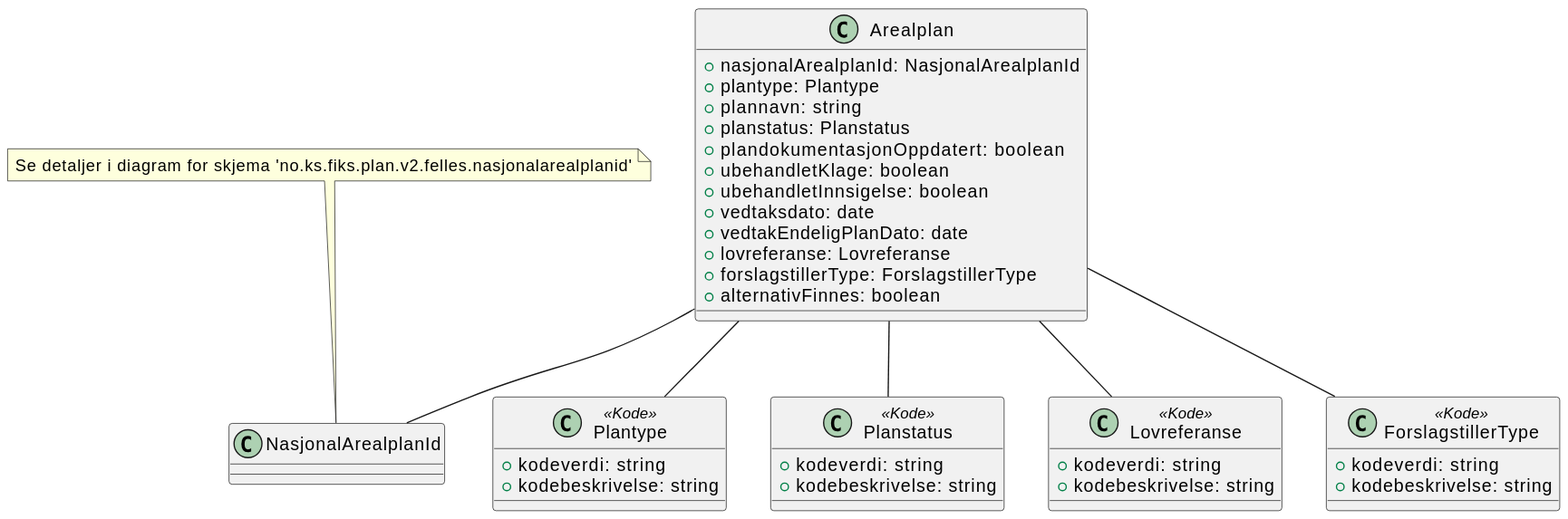
The PlantUML diagram Dokumentasjon/V2/ClassDiagrams/no.ks.fiks.plan.v2.felles.arealplan/arealplan.svg in ks-no/fiks-plan-specification, before a commit.
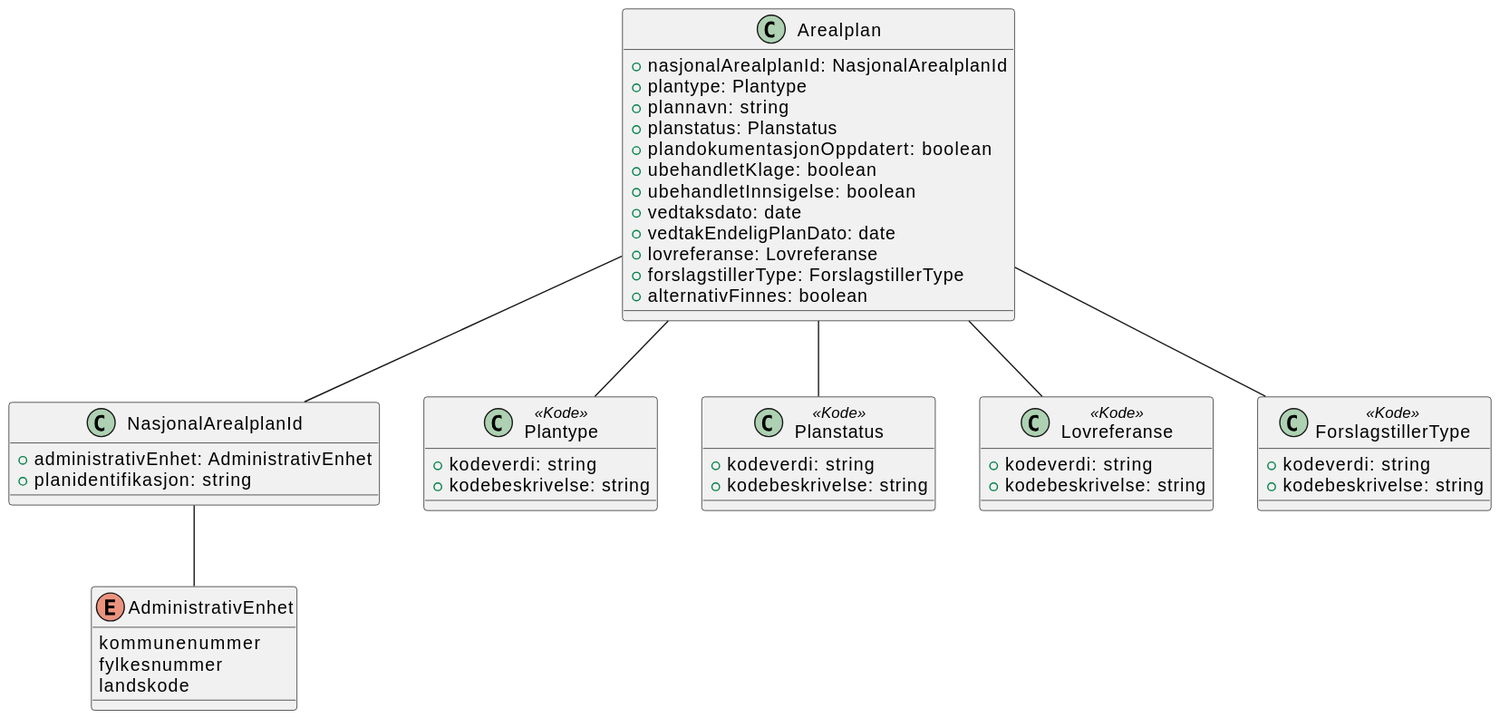
Above is the later version.

Diff of the diagram source:
```diff
@@ -1,4 +1,6 @@
 @startuml
+!include ./../no.ks.fiks.plan.v2.felles.nasjonalarealplanid/nasjonalarealplanid.pu
+
 class Arealplan {
     +nasjonalArealplanId: NasjonalArealplanId
     +plantype: Plantype
@@ -20,8 +22,6 @@
 Arealplan -- Lovreferanse
 Arealplan -- ForslagstillerType
 
-note top of NasjonalArealplanId : Se detaljer i diagram for skjema 'no.ks.fiks.plan.v2.felles.nasjonalarealplanid'
-
 class Plantype <<Kode>> {
     +kodeverdi: string
     +kodebeskrivelse: string
```
